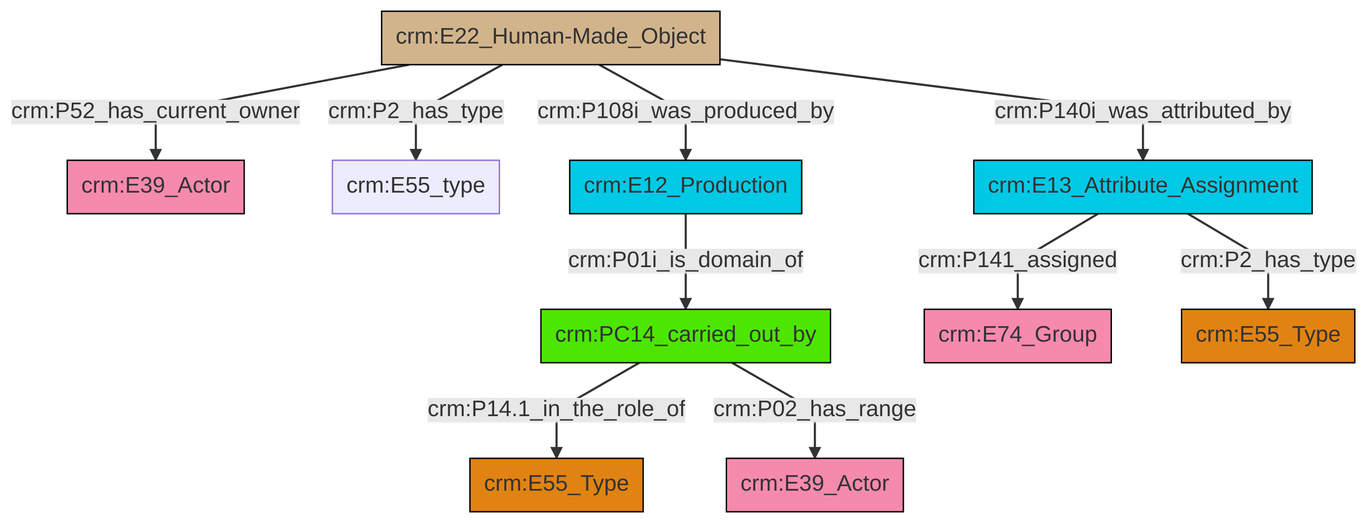
Before: et/builtWorkCSV/ttl/mmd/png/Built_Work_actor_relations.png, a diagram exported from Mermaid (swiss-art-research-net/reference-data-models). Its source is kept beside it as et/builtWorkCSV/ttl/mmd/Built_Work_actor_relations.ttl.mmd.
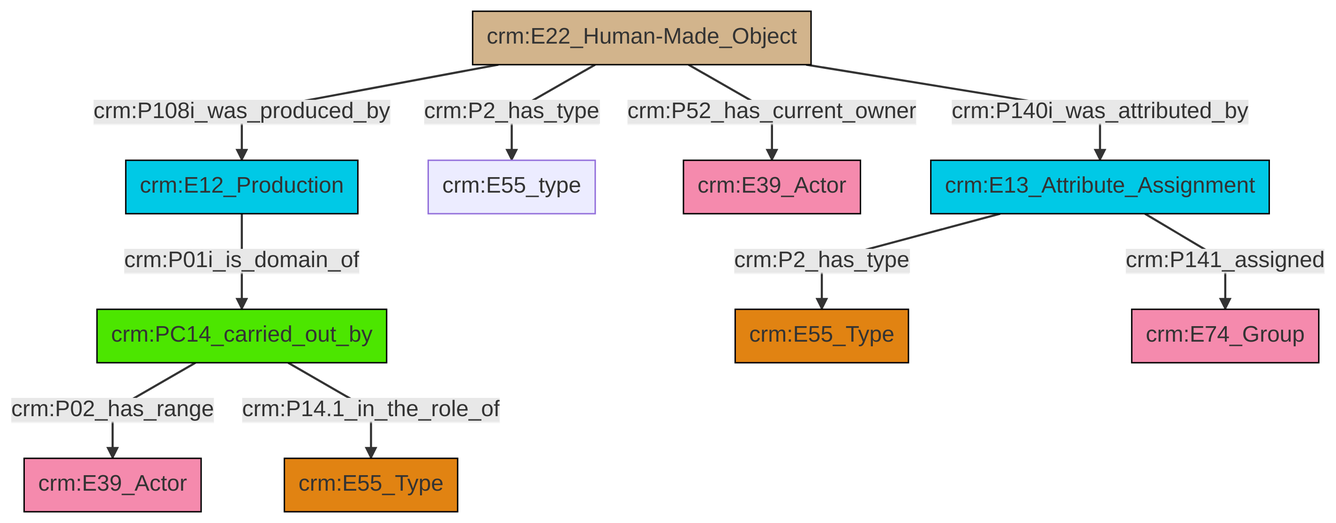
Later version of the same file.

What changed in the source:
```diff
@@ -13,12 +13,12 @@
 classDef PC_Classes fill:#4ce600, stroke:#000000;
 classDef Multi fill:#cccccc,stroke:#000000;
 
-10["crm:E13_Attribute_Assignment"]:::Temporal_Entity -->|crm:P2_has_type| 11["crm:E55_Type"]:::Type
-12["crm:E22_Human-Made_Object"]:::Physical_Thing -->|crm:P52_has_current_owner| 4["crm:E39_Actor"]:::Actor
-10["crm:E13_Attribute_Assignment"]:::Temporal_Entity -->|crm:P141_assigned| 6["crm:E74_Group"]:::Actor
-12["crm:E22_Human-Made_Object"]:::Physical_Thing -->|crm:P140i_was_attributed_by| 10["crm:E13_Attribute_Assignment"]:::Temporal_Entity
-12["crm:E22_Human-Made_Object"]:::Physical_Thing -->|crm:P2_has_type| 8["crm:E55_type"]:::Default
-0["crm:PC14_carried_out_by"]:::PC_Classes -->|crm:P14.1_in_the_role_of| 19["crm:E55_Type"]:::Type
-17["crm:E12_Production"]:::Temporal_Entity -->|crm:P01i_is_domain_of| 0["crm:PC14_carried_out_by"]:::PC_Classes
-12["crm:E22_Human-Made_Object"]:::Physical_Thing -->|crm:P108i_was_produced_by| 17["crm:E12_Production"]:::Temporal_Entity
-0["crm:PC14_carried_out_by"]:::PC_Classes -->|crm:P02_has_range| 2["crm:E39_Actor"]:::Actor
+2["crm:PC14_carried_out_by"]:::PC_Classes -->|crm:P02_has_range| 3["crm:E39_Actor"]:::Actor
+4["crm:E13_Attribute_Assignment"]:::Temporal_Entity -->|crm:P2_has_type| 5["crm:E55_Type"]:::Type
+0["crm:E22_Human-Made_Object"]:::Physical_Thing -->|crm:P52_has_current_owner| 11["crm:E39_Actor"]:::Actor
+0["crm:E22_Human-Made_Object"]:::Physical_Thing -->|crm:P2_has_type| 9["crm:E55_type"]:::Default
+15["crm:E12_Production"]:::Temporal_Entity -->|crm:P01i_is_domain_of| 2["crm:PC14_carried_out_by"]:::PC_Classes
+4["crm:E13_Attribute_Assignment"]:::Temporal_Entity -->|crm:P141_assigned| 6["crm:E74_Group"]:::Actor
+0["crm:E22_Human-Made_Object"]:::Physical_Thing -->|crm:P140i_was_attributed_by| 4["crm:E13_Attribute_Assignment"]:::Temporal_Entity
+0["crm:E22_Human-Made_Object"]:::Physical_Thing -->|crm:P108i_was_produced_by| 15["crm:E12_Production"]:::Temporal_Entity
+2["crm:PC14_carried_out_by"]:::PC_Classes -->|crm:P14.1_in_the_role_of| 12["crm:E55_Type"]:::Type
```
